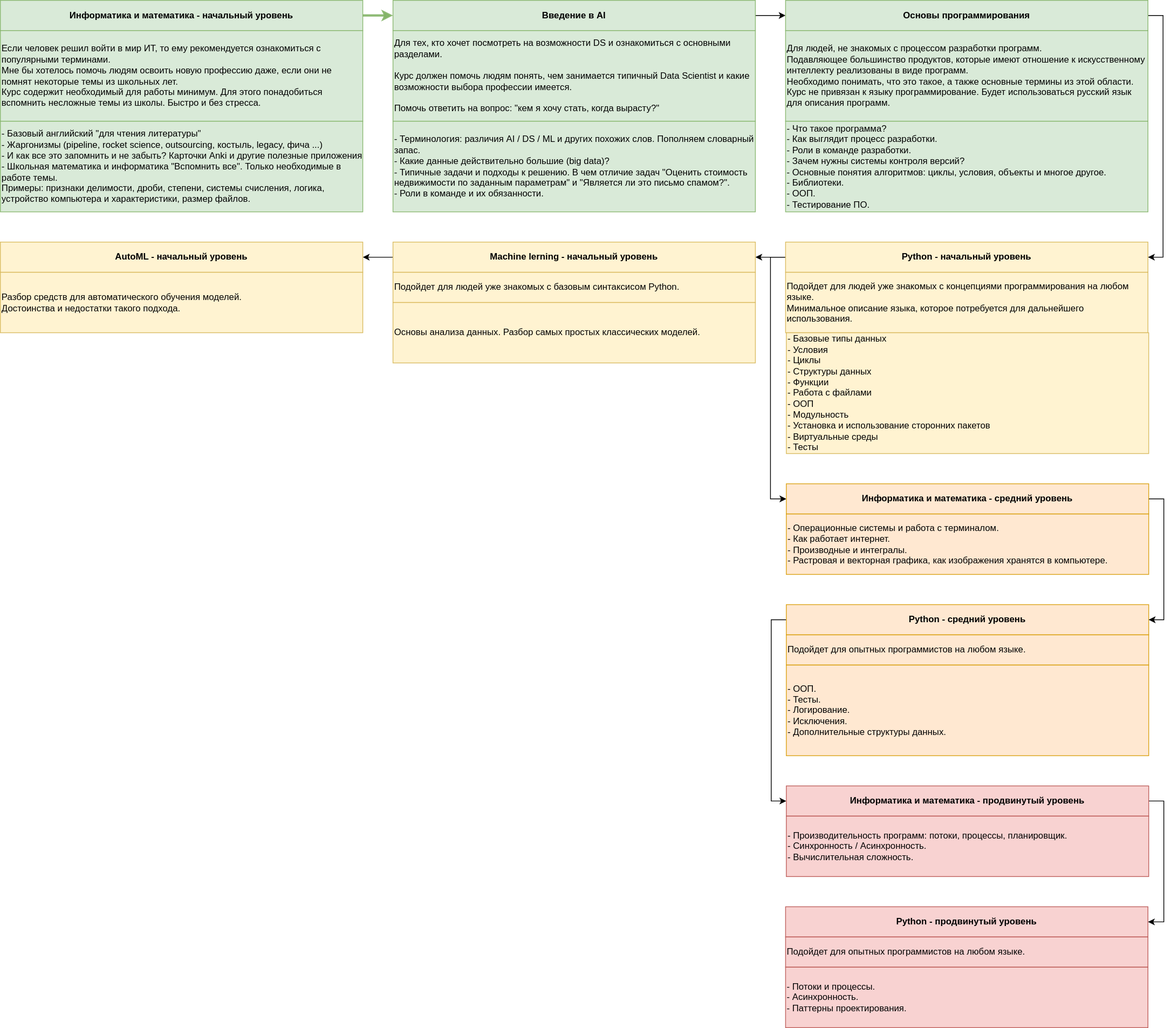
The draw.io diagram courses.drawio.svg in ryndovaira-org/data_science_lectures, before a commit. Source tidied: cells renumbered, new cells last; positions are measured from the earlier drawing's top-left corner, leaving out a move shared by most shapes.
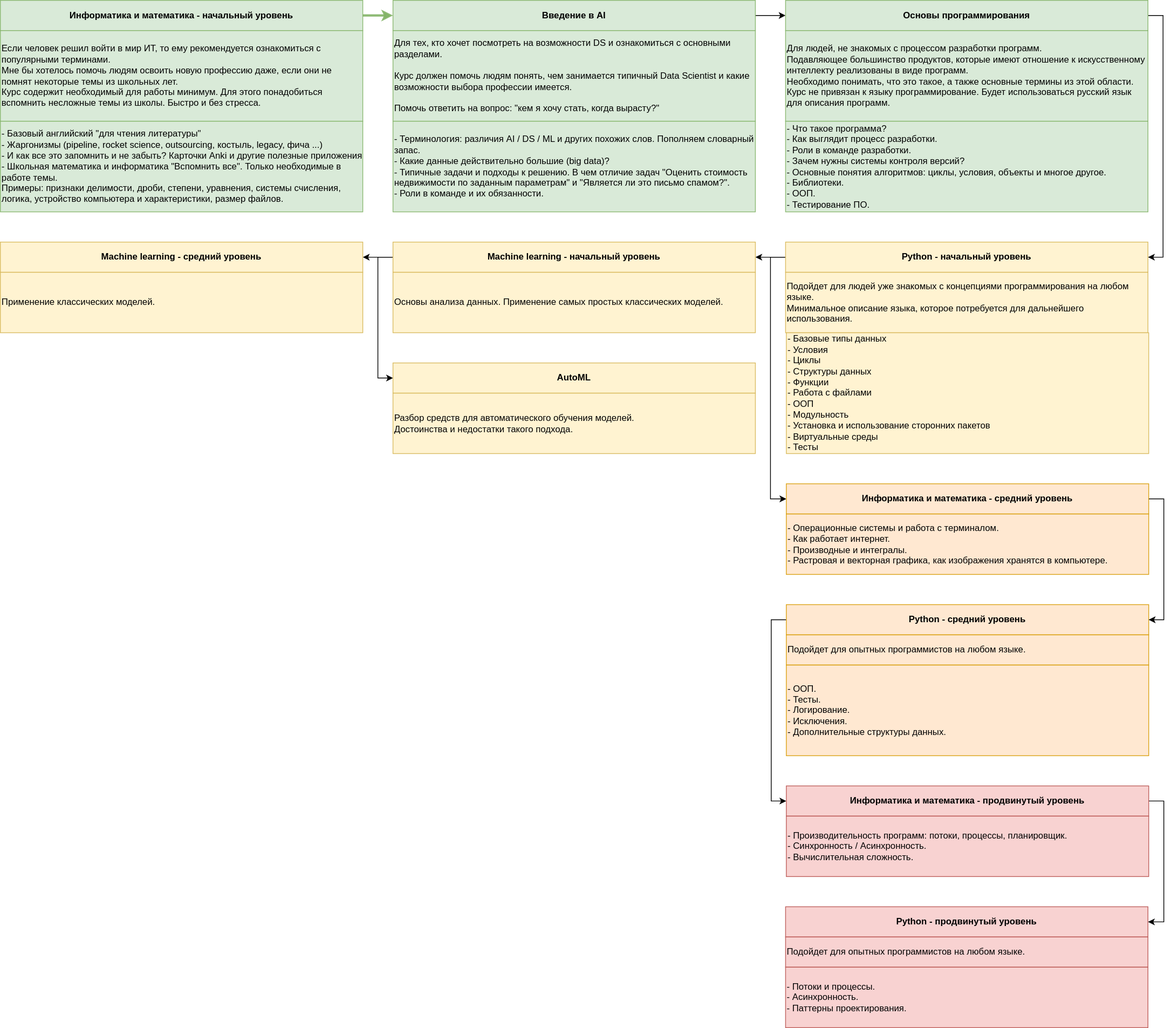
Above is the later version.

The edit, as a diff of the source:
```diff
@@ -20,7 +20,7 @@
     <mxCell id="7" value="Для тех, кто хочет посмотреть на возможности DS и ознакомиться с основными разделами.&lt;br&gt;&lt;br&gt;Курс должен помочь людям понять, чем занимается типичный Data Scientist и какие возможности выбора профессии имеется.&lt;br&gt;&lt;br&gt;Помочь ответить на вопрос: &quot;кем я хочу стать, когда вырасту?&quot;" style="rounded=0;whiteSpace=wrap;html=1;fillColor=#d5e8d4;align=left;strokeColor=#82b366;opacity=90;" parent="1" vertex="1">
       <mxGeometry x="520" y="40" width="480" height="120" as="geometry" />
     </mxCell>
-    <mxCell id="8" value="- Базовый английский &quot;для чтения литературы&quot;&lt;br style=&quot;border-color: var(--border-color);&quot;&gt;- Жаргонизмы (pipeline, rocket science, outsourcing, костыль, legacy, фича ...)&lt;br style=&quot;border-color: var(--border-color);&quot;&gt;- И как все это запомнить и не забыть? Карточки Anki и другие полезные приложения&lt;br&gt;- Школьная математика и информатика &quot;Вспомнить все&quot;. Только необходимые в работе темы. &lt;br&gt;Примеры: признаки делимости, дроби, степени, системы счисления, логика, устройство компьютера и характеристики, размер файлов." style="rounded=0;whiteSpace=wrap;html=1;fillColor=#d5e8d4;align=left;strokeColor=#82b366;opacity=90;" parent="1" vertex="1">
+    <mxCell id="8" value="- Базовый английский &quot;для чтения литературы&quot;&lt;br style=&quot;border-color: var(--border-color);&quot;&gt;- Жаргонизмы (pipeline, rocket science, outsourcing, костыль, legacy, фича ...)&lt;br style=&quot;border-color: var(--border-color);&quot;&gt;- И как все это запомнить и не забыть? Карточки Anki и другие полезные приложения&lt;br&gt;- Школьная математика и информатика &quot;Вспомнить все&quot;. Только необходимые в работе темы. &lt;br&gt;Примеры: признаки делимости, дроби, степени, уравнения, системы счисления, логика, устройство компьютера и характеристики, размер файлов." style="rounded=0;whiteSpace=wrap;html=1;fillColor=#d5e8d4;align=left;strokeColor=#82b366;opacity=90;" parent="1" vertex="1">
       <mxGeometry y="160" width="480" height="120" as="geometry" />
     </mxCell>
     <mxCell id="9" value="- Терминология:&amp;nbsp;различия AI / DS / ML и других похожих слов. Пополняем словарный запас.&lt;br&gt;- Какие данные действительно большие (big data)?&lt;br&gt;- Типичные задачи и подходы к решению. В чем отличие задач &quot;Оценить стоимость недвижимости по заданным параметрам&quot; и &quot;Является ли это письмо спамом?&quot;.&lt;br&gt;- Роли в команде и их обязанности." style="rounded=0;whiteSpace=wrap;html=1;fillColor=#d5e8d4;align=left;strokeColor=#82b366;opacity=90;" parent="1" vertex="1">
@@ -83,17 +83,17 @@
     <mxCell id="28" value="- Потоки и процессы.&lt;br style=&quot;border-color: var(--border-color);&quot;&gt;- Асинхронность.&lt;br&gt;- Паттерны проектирования." style="rounded=0;whiteSpace=wrap;html=1;fillColor=#f8cecc;align=left;strokeColor=#b85450;opacity=90;" parent="1" vertex="1">
       <mxGeometry x="1040" y="1280" width="480" height="80" as="geometry" />
     </mxCell>
-    <mxCell id="29" style="edgeStyle=orthogonalEdgeStyle;rounded=0;jettySize=auto;html=1;exitX=0;exitY=0.5;exitDx=0;exitDy=0;entryX=1;entryY=0.5;entryDx=0;entryDy=0;" parent="1" edge="1" source="30" target="36">
+    <mxCell id="29" style="edgeStyle=orthogonalEdgeStyle;rounded=0;jettySize=auto;html=1;exitX=0;exitY=0.5;exitDx=0;exitDy=0;entryX=0;entryY=0.5;entryDx=0;entryDy=0;" parent="1" edge="1" source="30" target="36">
       <mxGeometry relative="1" as="geometry" />
     </mxCell>
+    <mxCell id="38" style="edgeStyle=orthogonalEdgeStyle;rounded=0;jettySize=auto;html=1;exitX=0;exitY=0.5;exitDx=0;exitDy=0;entryX=1;entryY=0.5;entryDx=0;entryDy=0;" parent="1" edge="1" source="30" target="39">
+      <mxGeometry relative="1" as="geometry" />
+    </mxCell>
-    <mxCell id="30" value="Machine lerning - начальный уровень" style="rounded=0;whiteSpace=wrap;html=1;fillColor=#fff2cc;strokeColor=#d6b656;opacity=90;fontStyle=1;" parent="1" vertex="1">
+    <mxCell id="30" value="Machine learning - начальный уровень" style="rounded=0;whiteSpace=wrap;html=1;fillColor=#fff2cc;strokeColor=#d6b656;opacity=90;fontStyle=1;" parent="1" vertex="1">
       <mxGeometry x="520" y="320" width="480" height="40" as="geometry" />
     </mxCell>
-    <mxCell id="31" value="Подойдет для людей уже знакомых с базовым синтаксисом Python." style="rounded=0;whiteSpace=wrap;html=1;fillColor=#fff2cc;align=left;strokeColor=#d6b656;opacity=90;" parent="1" vertex="1">
-      <mxGeometry x="520" y="360" width="480" height="40" as="geometry" />
-    </mxCell>
-    <mxCell id="32" value="Основы анализа данных. Разбор самых простых классических моделей.&amp;nbsp;&lt;br&gt;" style="rounded=0;whiteSpace=wrap;html=1;fillColor=#fff2cc;align=left;strokeColor=#d6b656;opacity=90;" parent="1" vertex="1">
-      <mxGeometry x="520" y="400" width="480" height="80" as="geometry" />
+    <mxCell id="32" value="Основы анализа данных. Применение самых простых классических моделей.&amp;nbsp;" style="rounded=0;whiteSpace=wrap;html=1;fillColor=#fff2cc;align=left;strokeColor=#d6b656;opacity=90;" parent="1" vertex="1">
+      <mxGeometry x="520" y="360" width="480" height="80" as="geometry" />
     </mxCell>
     <mxCell id="33" style="edgeStyle=orthogonalEdgeStyle;rounded=0;jettySize=auto;html=1;exitX=1;exitY=0.5;exitDx=0;exitDy=0;entryX=1;entryY=0.5;entryDx=0;entryDy=0;" parent="1" edge="1" source="34" target="26">
       <mxGeometry relative="1" as="geometry" />
@@ -104,11 +104,17 @@
     <mxCell id="35" value="- Производительность программ: потоки, процессы, планировщик.&lt;br&gt;- Синхронность / Асинхронность.&lt;br&gt;- Вычислительная сложность." style="rounded=0;whiteSpace=wrap;html=1;fillColor=#f8cecc;align=left;strokeColor=#b85450;opacity=90;" parent="1" vertex="1">
       <mxGeometry x="1041" y="1080" width="480" height="80" as="geometry" />
     </mxCell>
-    <mxCell id="36" value="AutoML - начальный уровень" style="rounded=0;whiteSpace=wrap;html=1;fillColor=#fff2cc;strokeColor=#d6b656;opacity=90;fontStyle=1;" parent="1" vertex="1">
-      <mxGeometry y="320" width="480" height="40" as="geometry" />
+    <mxCell id="36" value="AutoML" style="rounded=0;whiteSpace=wrap;html=1;fillColor=#fff2cc;strokeColor=#d6b656;opacity=90;fontStyle=1;" parent="1" vertex="1">
+      <mxGeometry x="520" y="480" width="480" height="40" as="geometry" />
     </mxCell>
     <mxCell id="37" value="Разбор средств для автоматического обучения моделей. &lt;br&gt;Достоинства и недостатки такого подхода." style="rounded=0;whiteSpace=wrap;html=1;fillColor=#fff2cc;align=left;strokeColor=#d6b656;opacity=90;" parent="1" vertex="1">
-      <mxGeometry y="360" width="480" height="80" as="geometry" />
+      <mxGeometry x="520" y="520" width="480" height="80" as="geometry" />
     </mxCell>
+    <mxCell id="39" value="Machine learning - средний уровень" style="rounded=0;whiteSpace=wrap;html=1;fillColor=#fff2cc;strokeColor=#d6b656;opacity=90;fontStyle=1;" parent="1" vertex="1">
+      <mxGeometry y="320" width="480" height="40" as="geometry" />
+    </mxCell>
+    <mxCell id="40" value="Применение классических моделей.&amp;nbsp;" style="rounded=0;whiteSpace=wrap;html=1;fillColor=#fff2cc;align=left;strokeColor=#d6b656;opacity=90;" parent="1" vertex="1">
+      <mxGeometry y="360" width="480" height="80" as="geometry" />
+    </mxCell>
   </root>
 </mxGraphModel>
```
